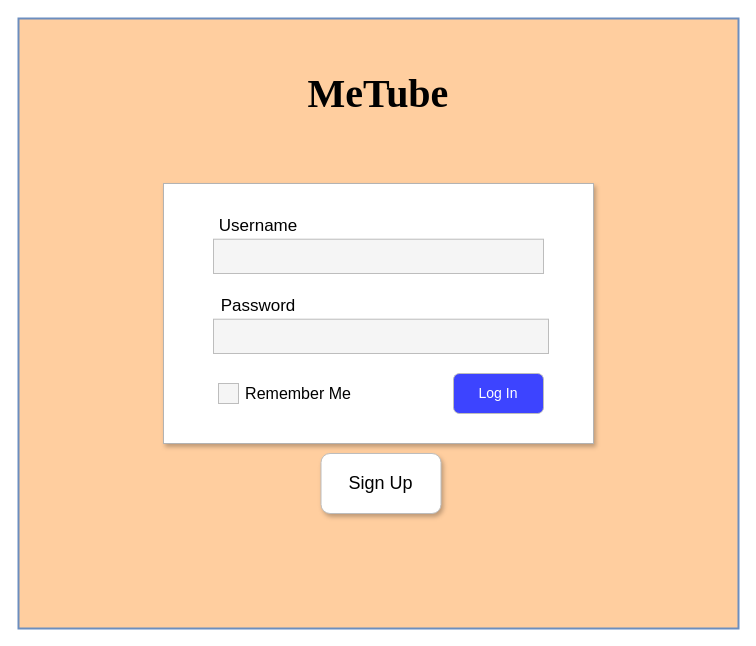
Earlier version of the draw.io diagram Design/Overviews/Log_In_1.drawio (Jacob-Mellichamp/MeTube). Source tidied: cells renumbered, new cells numbered last; positions are measured from the earlier drawing's top-left corner, leaving out a move shared by most shapes. Both pictures are drawn from the tidied source at 100%, with x=0, y=0 at pixel (18, 18).
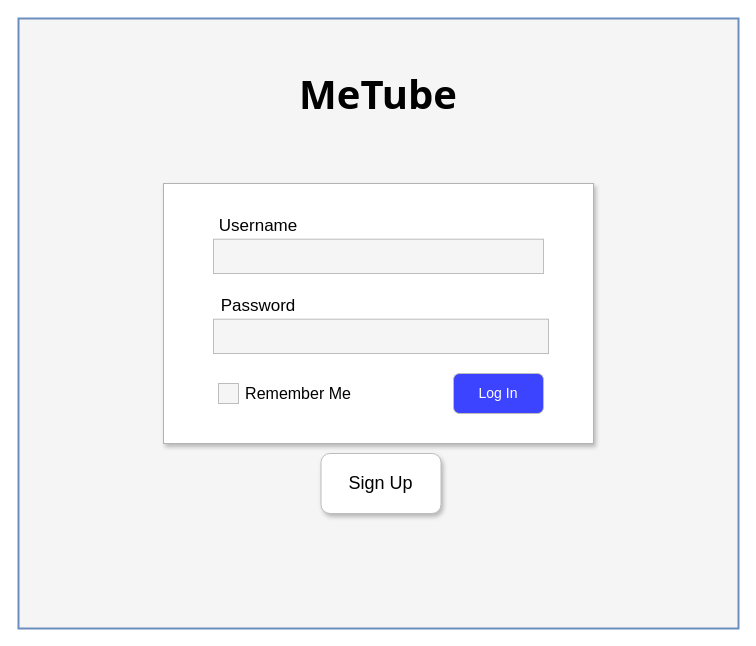
The same page after the edit.

Change to the diagram source:
```diff
@@
 <mxGraphModel>
   <root>
     <mxCell id="0" />
     <mxCell id="1" parent="0" />
-    <mxCell id="2" style="rounded=0;whiteSpace=wrap;html=1;strokeWidth=2;shadow=0;fillColor=#FFCE9F;strokeColor=#6c8ebf;" parent="1" vertex="1">
+    <mxCell id="2" style="rounded=0;whiteSpace=wrap;html=1;strokeWidth=2;shadow=0;fillColor=#F5F5F5;strokeColor=#6c8ebf;" parent="1" vertex="1">
       <mxGeometry width="720" height="610" as="geometry" />
     </mxCell>
     <mxCell id="3" style="rounded=0;whiteSpace=wrap;html=1;strokeWidth=1;strokeColor=#B3B3B3;glass=0;shadow=1;" parent="1" vertex="1">
       <mxGeometry x="145" y="165" width="430" height="260" as="geometry" />
     </mxCell>
-    <mxCell id="4" value="&lt;h1&gt;&lt;font style=&quot;font-size: 40px&quot; face=&quot;Garamond&quot;&gt;MeTube&lt;/font&gt;&lt;/h1&gt;" style="text;html=1;strokeColor=none;fillColor=none;align=center;verticalAlign=middle;whiteSpace=wrap;rounded=0;" parent="1" vertex="1">
+    <mxCell id="4" value="&lt;h1&gt;&lt;font style=&quot;font-size: 40px&quot; face=&quot;Tahoma&quot;&gt;MeTube&lt;/font&gt;&lt;/h1&gt;" style="text;html=1;strokeColor=none;fillColor=none;align=center;verticalAlign=middle;whiteSpace=wrap;rounded=0;" parent="1" vertex="1">
       <mxGeometry x="150" y="55" width="420" height="40" as="geometry" />
     </mxCell>
     <mxCell id="5" style="group;" parent="1" vertex="1">
       <mxGeometry x="435" y="355" width="90" height="40" as="geometry" />
     </mxCell>
     <mxCell id="6" style="rounded=1;whiteSpace=wrap;html=1;strokeColor=#BDBDBD;strokeWidth=1;fillColor=#3D44FF;" parent="5" vertex="1">
       <mxGeometry width="90" height="40" as="geometry" />
     </mxCell>
     <mxCell id="7" value="&lt;font style=&quot;font-size: 14px&quot; color=&quot;#ffffff&quot;&gt;Log In&lt;/font&gt;" style="text;html=1;strokeColor=none;fillColor=none;align=center;verticalAlign=middle;whiteSpace=wrap;rounded=0;" parent="5" vertex="1">
       <mxGeometry x="15" y="10" width="60" height="20" as="geometry" />
     </mxCell>
     <mxCell id="8" style="group;" parent="1" vertex="1">
       <mxGeometry x="195" y="195" width="330" height="60" as="geometry" />
     </mxCell>
     <mxCell id="9" value="&lt;font style=&quot;font-size: 17px&quot;&gt;Username&lt;/font&gt;" style="text;html=1;strokeColor=none;fillColor=none;align=center;verticalAlign=middle;whiteSpace=wrap;rounded=0;" parent="8" vertex="1">
       <mxGeometry width="90" height="25.7" as="geometry" />
     </mxCell>
     <mxCell id="10" style="rounded=0;whiteSpace=wrap;html=1;strokeWidth=1;fillColor=#f5f5f5;strokeColor=#BDBDBD;fontColor=#333333;" parent="8" vertex="1">
       <mxGeometry y="25.7" width="330" height="34.3" as="geometry" />
     </mxCell>
     <mxCell id="11" style="group;strokeColor=none;" parent="1" vertex="1">
       <mxGeometry x="195" y="275" width="335" height="60" as="geometry" />
     </mxCell>
     <mxCell id="12" value="&lt;font style=&quot;font-size: 17px&quot;&gt;Password&lt;/font&gt;" style="text;html=1;strokeColor=none;fillColor=none;align=center;verticalAlign=middle;whiteSpace=wrap;rounded=0;" parent="11" vertex="1">
       <mxGeometry width="90" height="25.7" as="geometry" />
     </mxCell>
     <mxCell id="13" style="rounded=0;whiteSpace=wrap;html=1;strokeWidth=1;fillColor=#F5F5F5;strokeColor=#BDBDBD;fontColor=#333333;" parent="11" vertex="1">
       <mxGeometry y="25.7" width="335" height="34.3" as="geometry" />
     </mxCell>
     <mxCell id="14" style="whiteSpace=wrap;html=1;rounded=0;shadow=0;glass=0;strokeColor=#BDBDBD;strokeWidth=1;fillColor=#F5F5F5;" parent="1" vertex="1">
       <mxGeometry x="200" y="365" width="20" height="20" as="geometry" />
     </mxCell>
     <mxCell id="15" value="&lt;font style=&quot;font-size: 16px&quot;&gt;Remember Me&lt;/font&gt;" style="text;html=1;strokeColor=none;fillColor=none;align=center;verticalAlign=middle;whiteSpace=wrap;rounded=0;shadow=0;glass=0;" parent="1" vertex="1">
       <mxGeometry x="220" y="367.5" width="120" height="15" as="geometry" />
     </mxCell>
     <mxCell id="16" style="rounded=1;whiteSpace=wrap;html=1;shadow=1;glass=0;strokeColor=#BDBDBD;strokeWidth=1;fillColor=#FFFFFF;" parent="1" vertex="1">
       <mxGeometry x="302.5" y="435" width="120" height="60" as="geometry" />
     </mxCell>
     <mxCell id="17" value="&lt;font style=&quot;font-size: 18px&quot;&gt;Sign Up&lt;/font&gt;" style="text;html=1;strokeColor=none;fillColor=none;align=center;verticalAlign=middle;whiteSpace=wrap;rounded=0;shadow=1;glass=0;" parent="1" vertex="1">
       <mxGeometry x="299" y="455" width="127" height="20" as="geometry" />
     </mxCell>
   </root>
 </mxGraphModel>
```
